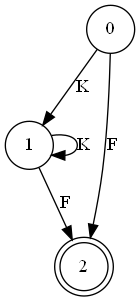
This is visualization/DFA.gv.png from julia-bel/machine_learning_of_patterns, a Graphviz export, as it was before one commit. Its source is kept beside it as visualization/DFA.gv.
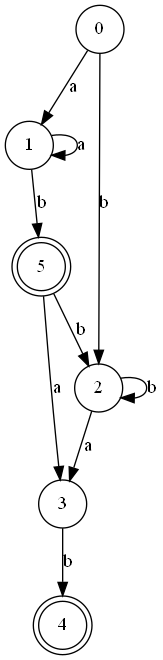
Later version of the same file.

Diff of the diagram source:
```diff
@@ -1,9 +1,17 @@
 digraph {
 	0 [shape=circle]
-	0 -> 1 [label=K]
-	0 -> 2 [label=F]
-	2 [shape=doublecircle]
+	0 -> 1 [label=a]
+	0 -> 2 [label=b]
+	2 [shape=circle]
+	2 -> 2 [label=b]
+	2 -> 3 [label=a]
+	3 [shape=circle]
+	3 -> 4 [label=b]
+	4 [shape=doublecircle]
 	1 [shape=circle]
-	1 -> 1 [label=K]
-	1 -> 2 [label=F]
+	1 -> 1 [label=a]
+	1 -> 5 [label=b]
+	5 [shape=doublecircle]
+	5 -> 2 [label=b]
+	5 -> 3 [label=a]
 }
```
